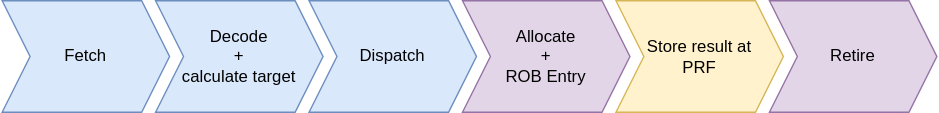
Above: doc/ex_paths/ui_ops.drawio.svg in Ajsat3801/RISCV-SIMD_Processor (draw.io), before the change. Source tidied: cells renumbered, new cells last; positions are measured from the earlier drawing's top-left corner, leaving out a move shared by most shapes.
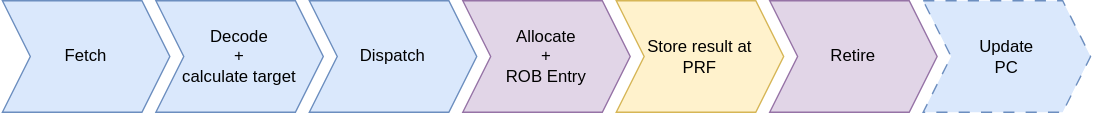
Later version of the same file.

Change to the diagram source:
```diff
@@ -20,5 +20,8 @@
     <mxCell id="7" value="Store result at&lt;div&gt;PRF&lt;/div&gt;" style="shape=step;perimeter=stepPerimeter;whiteSpace=wrap;html=1;fixedSize=1;fillColor=#fff2cc;strokeColor=#d6b656;" parent="1" vertex="1">
       <mxGeometry x="440" width="120" height="80" as="geometry" />
     </mxCell>
+    <mxCell id="8" value="Update&amp;nbsp;&lt;div&gt;PC&lt;/div&gt;" style="shape=step;perimeter=stepPerimeter;whiteSpace=wrap;html=1;fixedSize=1;fillColor=#dae8fc;strokeColor=#6c8ebf;dashed=1;dashPattern=8 8;" parent="1" vertex="1">
+      <mxGeometry x="660" width="120" height="80" as="geometry" />
+    </mxCell>
   </root>
 </mxGraphModel>
```
